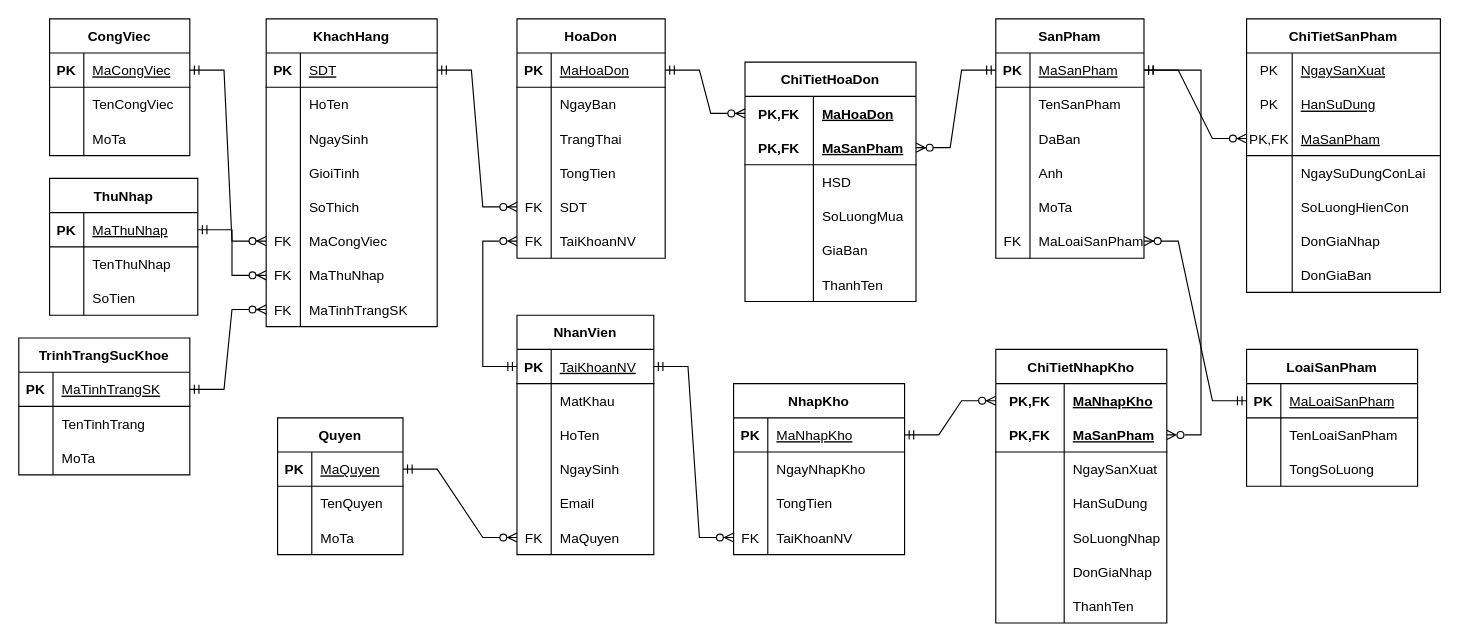
The draw.io diagram Diagram/ERD_EAONSHOP.drawio in phanvandinh99/QL_AEONSHOP, before the edit. Source tidied: cells renumbered, new cells numbered last; positions are measured from the earlier drawing's top-left corner, leaving out a move shared by most shapes. Both pictures are drawn from the tidied source at 114%, with x=0, y=0 at pixel (18, 18).
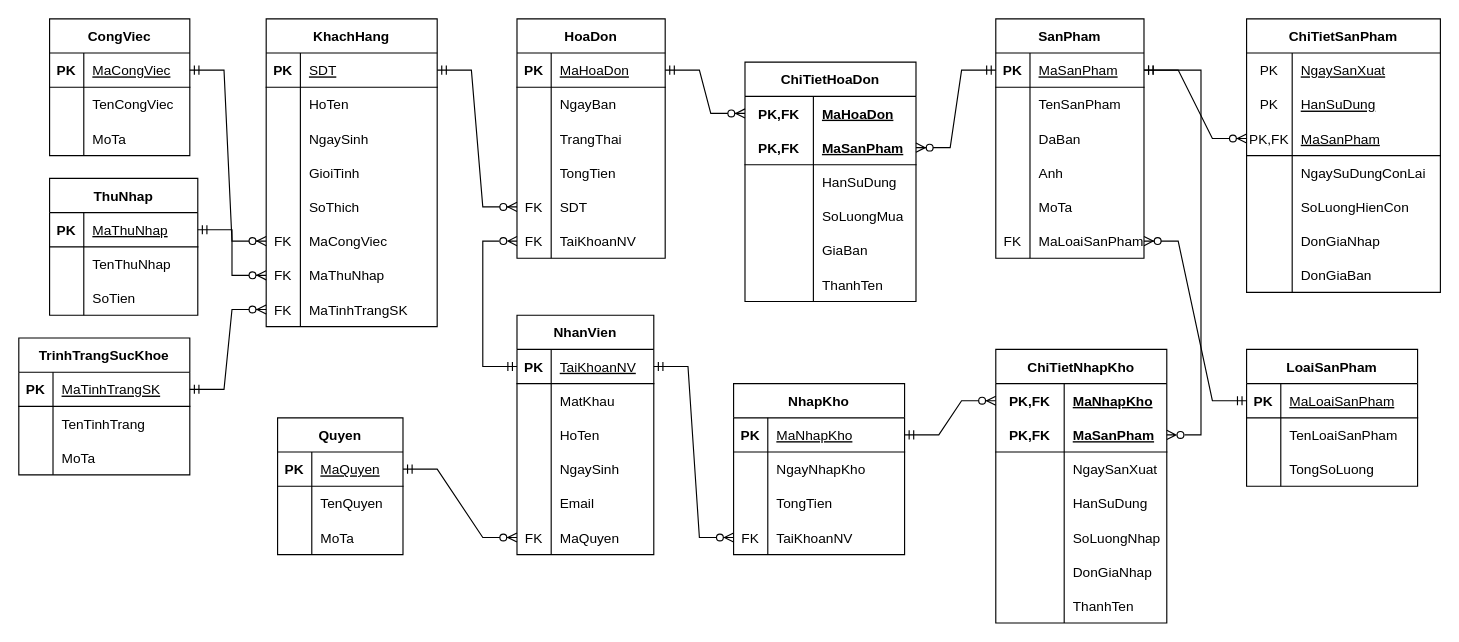
Above is the later version.

Commit message (it also covers changes not shown here):
UPD: Diagram drowio

The change refers to these unchanged cells:
```xml
<mxCell id="145" style="shape=tableRow;horizontal=0;startSize=0;swimlaneHead=0;swimlaneBody=0;fillColor=none;top=0;left=0;right=0;bottom=0;" parent="138" vertex="1">
  <mxGeometry y="90" width="150" height="30" as="geometry" />
</mxCell>
```

Diff of the diagram source:
```diff
@@
-    <mxCell id="147" value="HSD" style="shape=partialRectangle;fillColor=none;top=0;left=0;bottom=0;right=0;align=left;spacingLeft=6;overflow=hidden;" parent="145" vertex="1">
+    <mxCell id="147" value="HanSuDung" style="shape=partialRectangle;fillColor=none;top=0;left=0;bottom=0;right=0;align=left;spacingLeft=6;overflow=hidden;" parent="145" vertex="1">
       <mxGeometry x="60" width="90" height="30" as="geometry" />
     </mxCell>
```
